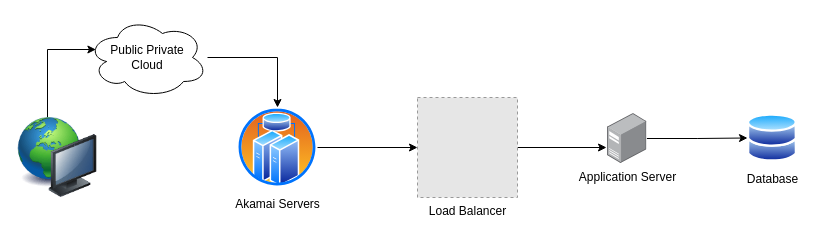
ziaul-farooqui/regulatoryu keeps this draw.io diagram as Untitled Diagram.drawio. Above is the earlier version. Source tidied: cells renumbered, new cells numbered last; positions are measured from the earlier drawing's top-left corner, leaving out a move shared by most shapes. Both pictures are drawn from the tidied source at 100%, with x=0, y=0 at pixel (17, 17). Pictures stored in the file or linked from it are replaced by grey dashed boxes.
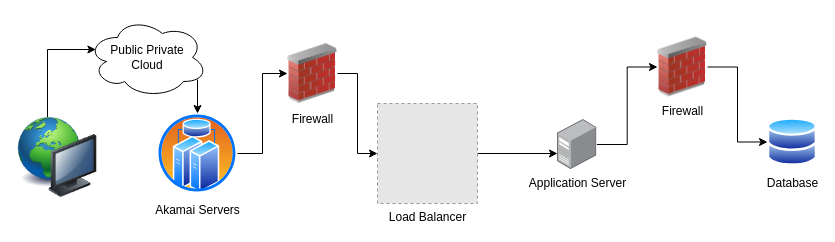
The same page after the edit.

Diff of the diagram source:
```diff
@@
 <mxGraphModel>
   <root>
     <mxCell id="0" />
     <mxCell id="1" parent="0" />
-    <mxCell id="2" style="edgeStyle=orthogonalEdgeStyle;rounded=0;jettySize=auto;html=1;entryX=0;entryY=0.5;entryDx=0;entryDy=0;" parent="1" edge="1" source="3" target="4">
+    <mxCell id="2" style="edgeStyle=orthogonalEdgeStyle;rounded=0;jettySize=auto;html=1;entryX=0;entryY=0.5;entryDx=0;entryDy=0;" parent="1" edge="1" source="3" target="17">
       <mxGeometry relative="1" as="geometry" />
     </mxCell>
     <mxCell id="3" value="Application Server" style="image;points=[];html=1;align=center;shadow=0;dashed=0;image=img/lib/allied_telesis/computer_and_terminals/Server_Desktop.svg;" parent="1" vertex="1">
-      <mxGeometry x="590" y="96" width="39.4" height="50" as="geometry" />
+      <mxGeometry x="540" y="102" width="39.4" height="50" as="geometry" />
     </mxCell>
     <mxCell id="4" value="Database" style="image;perimeter=ellipsePerimeter;html=1;align=center;shadow=0;dashed=0;spacingTop=3;image=img/lib/active_directory/databases.svg;" parent="1" vertex="1">
-      <mxGeometry x="730" y="96" width="50" height="49" as="geometry" />
+      <mxGeometry x="750" y="100" width="50" height="49" as="geometry" />
     </mxCell>
-    <mxCell id="5" style="edgeStyle=orthogonalEdgeStyle;rounded=0;jettySize=auto;html=1;entryX=-0.025;entryY=0.68;entryDx=0;entryDy=0;entryPerimeter=0;" parent="1" edge="1" source="6" target="3">
+    <mxCell id="5" style="edgeStyle=orthogonalEdgeStyle;rounded=0;jettySize=auto;html=1;entryX=0;entryY=0.68;entryDx=0;entryDy=0;entryPerimeter=0;" parent="1" edge="1" source="6" target="3">
       <mxGeometry relative="1" as="geometry" />
     </mxCell>
     <mxCell id="6" value="Load Balancer" style="fillColor=#E6E6E6;strokeColor=#999999;dashed=1;html=1;verticalAlign=top;verticalLabelPosition=bottom;labelBackgroundColor=#ffffff;" parent="1" vertex="1">
-      <mxGeometry x="400" y="80" width="100" height="100" as="geometry" />
+      <mxGeometry x="360" y="86" width="100" height="100" as="geometry" />
     </mxCell>
-    <mxCell id="7" style="edgeStyle=orthogonalEdgeStyle;rounded=0;jettySize=auto;html=1;" parent="1" edge="1" source="8" target="6">
-      <mxGeometry relative="1" as="geometry" />
-    </mxCell>
+    <mxCell id="13" style="edgeStyle=orthogonalEdgeStyle;rounded=0;jettySize=auto;html=1;entryX=0;entryY=0.5;entryDx=0;entryDy=0;" parent="1" edge="1" source="8" target="15">
+      <mxGeometry relative="1" as="geometry" />
+    </mxCell>
     <mxCell id="8" value="Akamai Servers" style="image;perimeter=ellipsePerimeter;html=1;align=center;shadow=0;dashed=0;spacingTop=3;image=img/lib/active_directory/cluster_server.svg;" parent="1" vertex="1">
-      <mxGeometry x="220" y="90" width="80" height="80" as="geometry" />
+      <mxGeometry x="140" y="96" width="80" height="80" as="geometry" />
     </mxCell>
     <mxCell id="9" style="edgeStyle=orthogonalEdgeStyle;rounded=0;jettySize=auto;html=1;entryX=0.07;entryY=0.4;entryDx=0;entryDy=0;entryPerimeter=0;" parent="1" edge="1" source="10" target="12">
       <mxGeometry relative="1" as="geometry">
         <Array as="points">
           <mxPoint x="30" y="32" />
         </Array>
       </mxGeometry>
     </mxCell>
     <mxCell id="10" style="image;html=1;image=img/lib/clip_art/computers/Network_128x128.png;" parent="1" vertex="1">
       <mxGeometry y="100" width="80" height="80" as="geometry" />
     </mxCell>
     <mxCell id="11" style="edgeStyle=orthogonalEdgeStyle;rounded=0;jettySize=auto;html=1;entryX=0.5;entryY=0;entryDx=0;entryDy=0;" parent="1" edge="1" source="12" target="8">
-      <mxGeometry relative="1" as="geometry" />
+      <mxGeometry relative="1" as="geometry">
+        <Array as="points">
+          <mxPoint x="180" y="80" />
+          <mxPoint x="180" y="80" />
+        </Array>
+      </mxGeometry>
     </mxCell>
     <mxCell id="12" value="Public Private&lt;br&gt;Cloud" style="ellipse;shape=cloud;whiteSpace=wrap;html=1;" parent="1" vertex="1">
       <mxGeometry x="70" width="120" height="80" as="geometry" />
     </mxCell>
+    <mxCell id="14" style="edgeStyle=orthogonalEdgeStyle;rounded=0;jettySize=auto;html=1;entryX=0;entryY=0.5;entryDx=0;entryDy=0;" parent="1" edge="1" source="15" target="6">
+      <mxGeometry relative="1" as="geometry" />
+    </mxCell>
+    <mxCell id="15" value="Firewall" style="image;html=1;image=img/lib/clip_art/networking/Firewall_02_128x128.png;" parent="1" vertex="1">
+      <mxGeometry x="270" y="24" width="50" height="64" as="geometry" />
+    </mxCell>
+    <mxCell id="16" style="edgeStyle=orthogonalEdgeStyle;rounded=0;jettySize=auto;html=1;entryX=0;entryY=0.5;entryDx=0;entryDy=0;" parent="1" edge="1" source="17" target="4">
+      <mxGeometry relative="1" as="geometry" />
+    </mxCell>
+    <mxCell id="17" value="Firewall" style="image;html=1;image=img/lib/clip_art/networking/Firewall_02_128x128.png;" parent="1" vertex="1">
+      <mxGeometry x="640" y="19" width="50" height="61" as="geometry" />
+    </mxCell>
   </root>
 </mxGraphModel>
```
